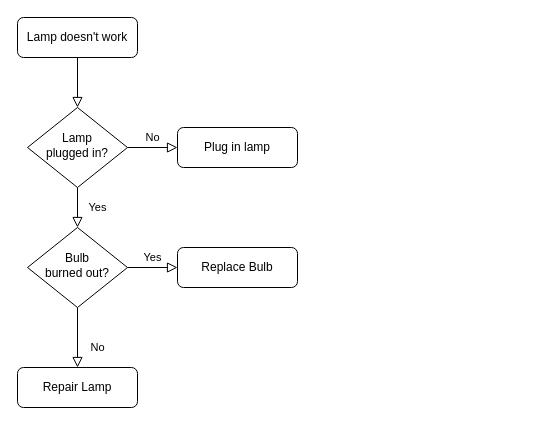
Above: Untitled Diagram.drawio in crazyjeannot/canons (draw.io), before the change. Source tidied: cells renumbered, new cells numbered last; positions are measured from the earlier drawing's top-left corner, leaving out a move shared by most shapes. Both pictures are drawn from the tidied source at 100%, with x=0, y=0 at pixel (17, 17).
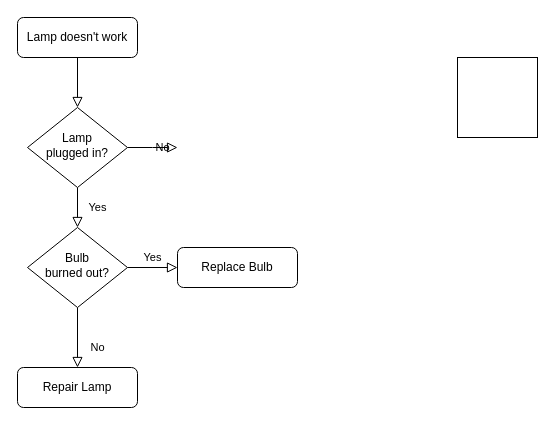
After the change.

What changed in the source:
```diff
@@
 <mxGraphModel>
   <root>
     <mxCell id="0" />
     <mxCell id="1" parent="0" />
     <mxCell id="2" style="rounded=0;html=1;jettySize=auto;fontSize=11;endArrow=block;endFill=0;endSize=8;strokeWidth=1;shadow=0;labelBackgroundColor=none;edgeStyle=orthogonalEdgeStyle;" parent="1" edge="1" source="3" target="6">
       <mxGeometry relative="1" as="geometry" />
     </mxCell>
     <mxCell id="3" value="Lamp doesn't work" style="rounded=1;whiteSpace=wrap;html=1;fontSize=12;glass=0;strokeWidth=1;shadow=0;" parent="1" vertex="1">
       <mxGeometry width="120" height="40" as="geometry" />
     </mxCell>
     <mxCell id="4" value="Yes" style="rounded=0;html=1;jettySize=auto;fontSize=11;endArrow=block;endFill=0;endSize=8;strokeWidth=1;shadow=0;labelBackgroundColor=none;edgeStyle=orthogonalEdgeStyle;" parent="1" edge="1" source="6" target="10">
       <mxGeometry y="20" relative="1" as="geometry" />
     </mxCell>
-    <mxCell id="5" value="No" style="edgeStyle=orthogonalEdgeStyle;rounded=0;html=1;jettySize=auto;fontSize=11;endArrow=block;endFill=0;endSize=8;strokeWidth=1;shadow=0;labelBackgroundColor=none;" parent="1" edge="1" source="6" target="7">
-      <mxGeometry y="10" relative="1" as="geometry" />
+    <mxCell id="5" value="No" style="edgeStyle=orthogonalEdgeStyle;rounded=0;html=1;jettySize=auto;fontSize=11;endArrow=block;endFill=0;endSize=8;strokeWidth=1;shadow=0;labelBackgroundColor=none;" parent="1" edge="1" source="6">
+      <mxGeometry y="10" relative="1" as="geometry">
+        <mxPoint x="160" y="130" as="targetPoint" />
+      </mxGeometry>
     </mxCell>
     <mxCell id="6" value="Lamp&lt;br&gt;plugged in?" style="rhombus;whiteSpace=wrap;html=1;shadow=0;fontFamily=Helvetica;fontSize=12;align=center;strokeWidth=1;spacing=6;spacingTop=-4;" parent="1" vertex="1">
       <mxGeometry x="10" y="90" width="100" height="80" as="geometry" />
     </mxCell>
-    <mxCell id="7" value="Plug in lamp" style="rounded=1;whiteSpace=wrap;html=1;fontSize=12;glass=0;strokeWidth=1;shadow=0;" parent="1" vertex="1">
-      <mxGeometry x="160" y="110" width="120" height="40" as="geometry" />
-    </mxCell>
     <mxCell id="8" value="No" style="rounded=0;html=1;jettySize=auto;fontSize=11;endArrow=block;endFill=0;endSize=8;strokeWidth=1;shadow=0;labelBackgroundColor=none;edgeStyle=orthogonalEdgeStyle;" parent="1" edge="1" source="10" target="11">
       <mxGeometry x="0.33" y="20" relative="1" as="geometry" />
     </mxCell>
     <mxCell id="9" value="Yes" style="edgeStyle=orthogonalEdgeStyle;rounded=0;html=1;jettySize=auto;fontSize=11;endArrow=block;endFill=0;endSize=8;strokeWidth=1;shadow=0;labelBackgroundColor=none;" parent="1" edge="1" source="10" target="12">
       <mxGeometry y="10" relative="1" as="geometry" />
     </mxCell>
     <mxCell id="10" value="Bulb&lt;br&gt;burned out?" style="rhombus;whiteSpace=wrap;html=1;shadow=0;fontFamily=Helvetica;fontSize=12;align=center;strokeWidth=1;spacing=6;spacingTop=-4;" parent="1" vertex="1">
       <mxGeometry x="10" y="210" width="100" height="80" as="geometry" />
     </mxCell>
     <mxCell id="11" value="Repair Lamp" style="rounded=1;whiteSpace=wrap;html=1;fontSize=12;glass=0;strokeWidth=1;shadow=0;" parent="1" vertex="1">
       <mxGeometry y="350" width="120" height="40" as="geometry" />
     </mxCell>
     <mxCell id="12" value="Replace Bulb" style="rounded=1;whiteSpace=wrap;html=1;fontSize=12;glass=0;strokeWidth=1;shadow=0;" parent="1" vertex="1">
       <mxGeometry x="160" y="230" width="120" height="40" as="geometry" />
     </mxCell>
+    <mxCell id="13" style="whiteSpace=wrap;html=1;" parent="1" vertex="1">
+      <mxGeometry x="440" y="40" width="80" height="80" as="geometry" />
+    </mxCell>
   </root>
 </mxGraphModel>
```
